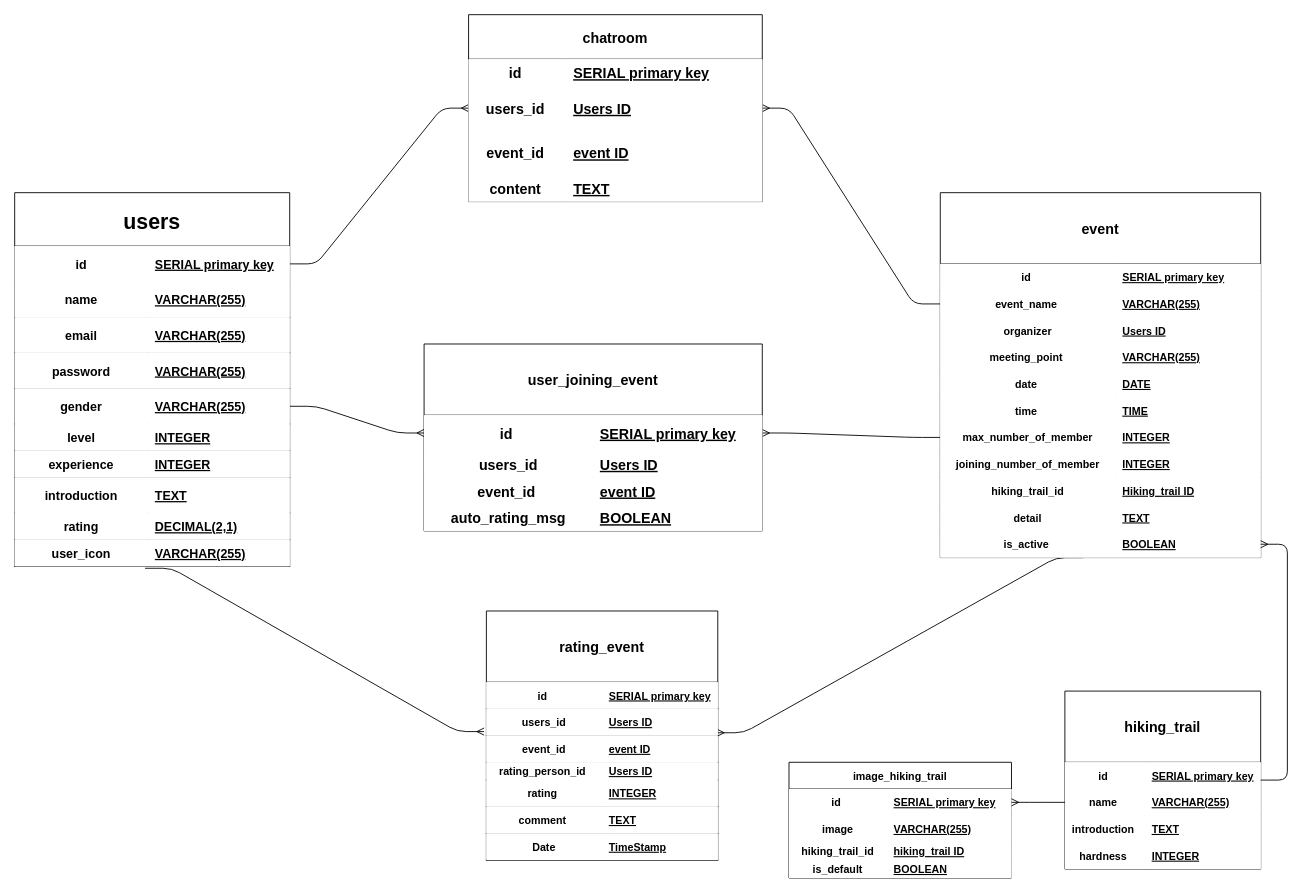
The draw.io diagram ERD/ERD.drawio in timven2004/letsHike, before the edit. Source tidied: cells renumbered, new cells numbered last; positions are measured from the earlier drawing's top-left corner, leaving out a move shared by most shapes. Both pictures are drawn from the tidied source at 89%, with x=0, y=0 at pixel (14, 14).
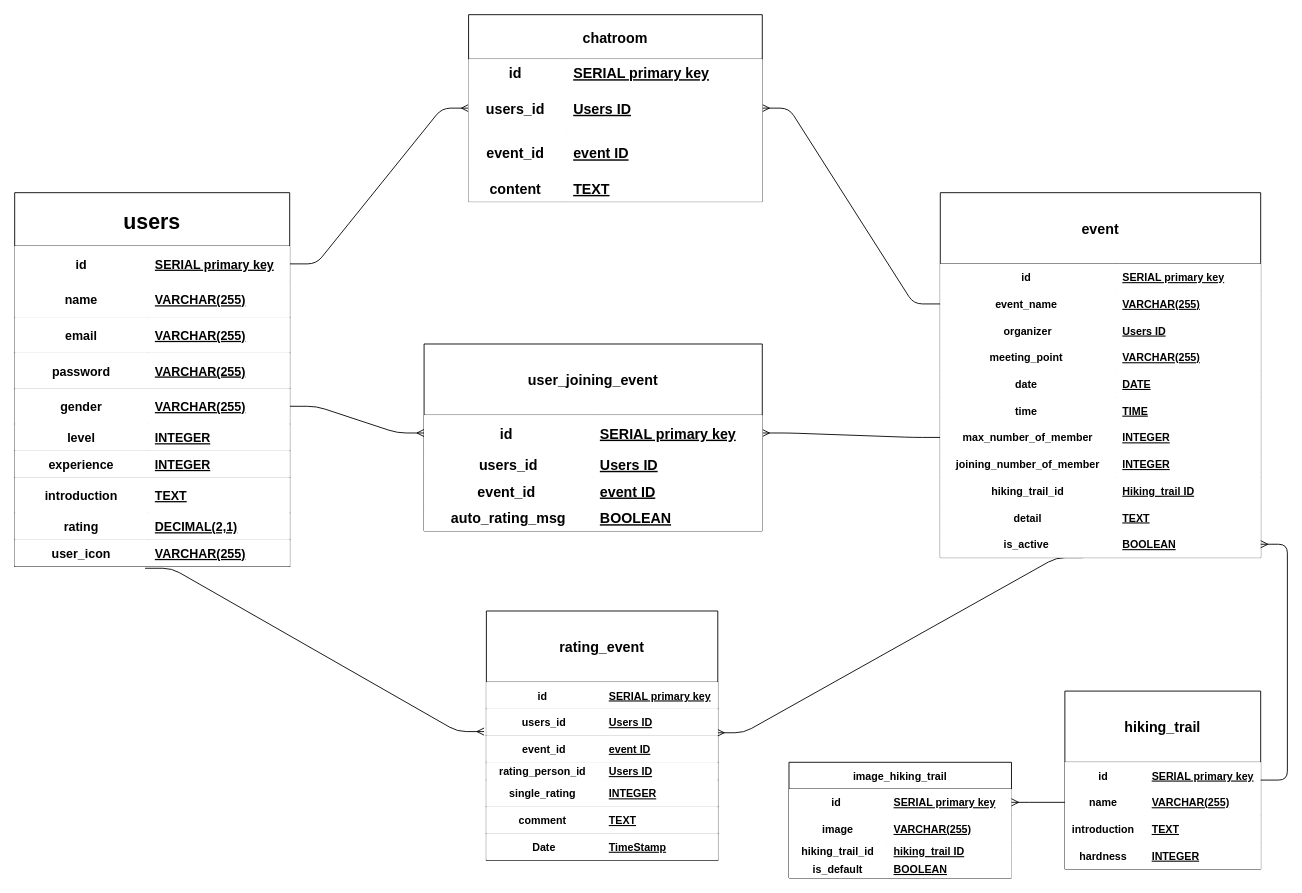
The same page after the edit.

The change refers to these unchanged cells:
```xml
<mxCell id="78" style="shape=partialRectangle;top=0;left=0;bottom=1;right=0;" parent="65" vertex="1">
  <mxGeometry y="190" width="260" height="30" as="geometry" />
</mxCell>
```

What changed in the source:
```diff
@@
-    <mxCell id="79" value="rating " style="shape=partialRectangle;top=0;left=0;bottom=0;right=0;fontStyle=1;overflow=hidden;" parent="78" vertex="1">
+    <mxCell id="79" value="single_rating " style="shape=partialRectangle;top=0;left=0;bottom=0;right=0;fontStyle=1;overflow=hidden;" parent="78" vertex="1">
       <mxGeometry width="130" height="30" as="geometry" />
     </mxCell>
```
